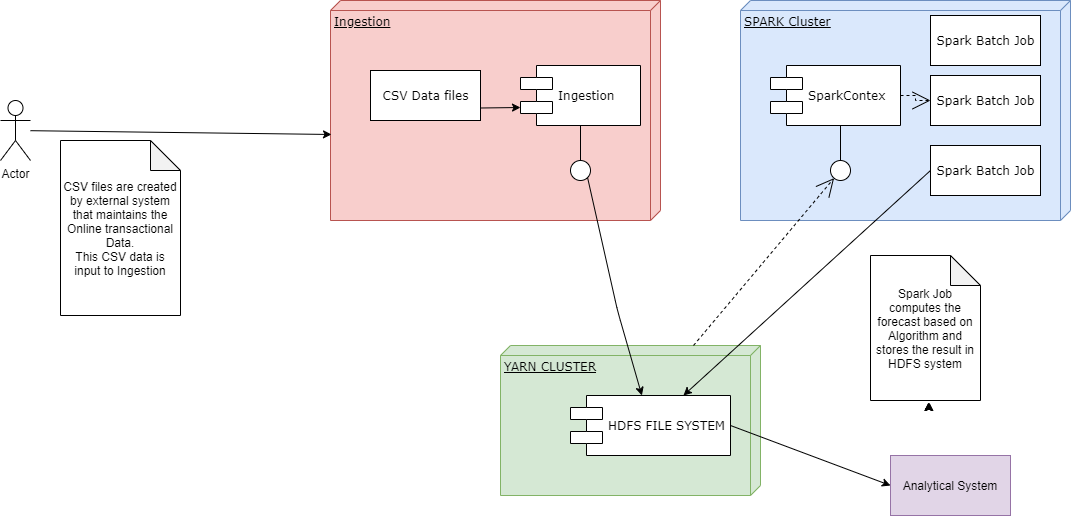
This is architecture_diagram/HLD.png from baratamramprasad/fastfoodchain, a draw.io export, as it was before one commit. Source tidied: cells renumbered, new cells last; positions are measured from the earlier drawing's top-left corner, leaving out a move shared by most shapes.
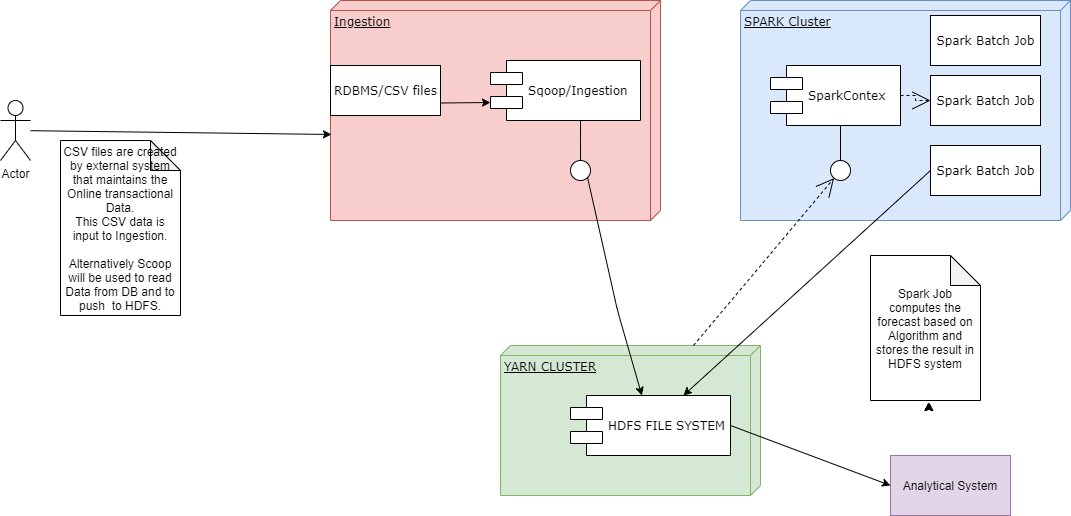
After the commit.

What changed in the source:
```diff
@@ -11,11 +11,11 @@
     <mxCell id="4" value="YARN CLUSTER" style="verticalAlign=top;align=left;spacingTop=8;spacingLeft=2;spacingRight=12;shape=cube;size=10;direction=south;fontStyle=4;html=1;rounded=0;shadow=0;comic=0;labelBackgroundColor=none;strokeWidth=1;fontFamily=Verdana;fontSize=12;fillColor=#d5e8d4;strokeColor=#82b366;" parent="1" vertex="1">
       <mxGeometry x="500" y="345" width="260" height="150" as="geometry" />
     </mxCell>
-    <mxCell id="5" value="CSV Data files" style="html=1;rounded=0;shadow=0;comic=0;labelBackgroundColor=none;strokeWidth=1;fontFamily=Verdana;fontSize=12;align=center;" parent="1" vertex="1">
-      <mxGeometry x="370" y="70" width="110" height="50" as="geometry" />
+    <mxCell id="5" value="RDBMS/CSV files" style="html=1;rounded=0;shadow=0;comic=0;labelBackgroundColor=none;strokeWidth=1;fontFamily=Verdana;fontSize=12;align=center;" parent="1" vertex="1">
+      <mxGeometry x="330" y="65" width="110" height="50" as="geometry" />
     </mxCell>
-    <mxCell id="6" value="Ingestion" style="shape=component;align=left;spacingLeft=36;rounded=0;shadow=0;comic=0;labelBackgroundColor=none;strokeWidth=1;fontFamily=Verdana;fontSize=12;html=1;" parent="1" vertex="1">
-      <mxGeometry x="520" y="65" width="120" height="60" as="geometry" />
+    <mxCell id="6" value="Sqoop/Ingestion" style="shape=component;align=left;spacingLeft=36;rounded=0;shadow=0;comic=0;labelBackgroundColor=none;strokeWidth=1;fontFamily=Verdana;fontSize=12;html=1;" parent="1" vertex="1">
+      <mxGeometry x="490" y="60" width="150" height="60" as="geometry" />
     </mxCell>
     <mxCell id="7" style="ellipse;whiteSpace=wrap;html=1;rounded=0;shadow=0;comic=0;labelBackgroundColor=none;strokeWidth=1;fontFamily=Verdana;fontSize=12;align=center;" parent="1" vertex="1">
       <mxGeometry x="570" y="160" width="20" height="20" as="geometry" />
@@ -84,7 +84,7 @@
     <mxCell id="24" style="endArrow=classic;html=1;entryX=0.609;entryY=0.997;entryDx=0;entryDy=0;entryPerimeter=0;" parent="1" edge="1" source="23" target="2">
       <mxGeometry relative="1" as="geometry" />
     </mxCell>
-    <mxCell id="25" value="CSV files are created by external system that maintains the Online transactional Data.&lt;br&gt;This CSV data is input to Ingestion" style="shape=note;whiteSpace=wrap;html=1;backgroundOutline=1;darkOpacity=0.05;" parent="1" vertex="1">
+    <mxCell id="25" value="CSV files are created by external system that maintains the Online transactional Data.&lt;br&gt;This CSV data is input to Ingestion.&lt;br&gt;&lt;br&gt;Alternatively Scoop will be used to read Data from DB and to push&amp;nbsp; to HDFS." style="shape=note;whiteSpace=wrap;html=1;backgroundOutline=1;darkOpacity=0.05;" parent="1" vertex="1">
       <mxGeometry x="60" y="140" width="120" height="175" as="geometry" />
     </mxCell>
     <mxCell id="26" style="endArrow=classic;html=1;exitX=0;exitY=0.5;exitDx=0;exitDy=0;" parent="1" edge="1" source="21" target="11">
```
